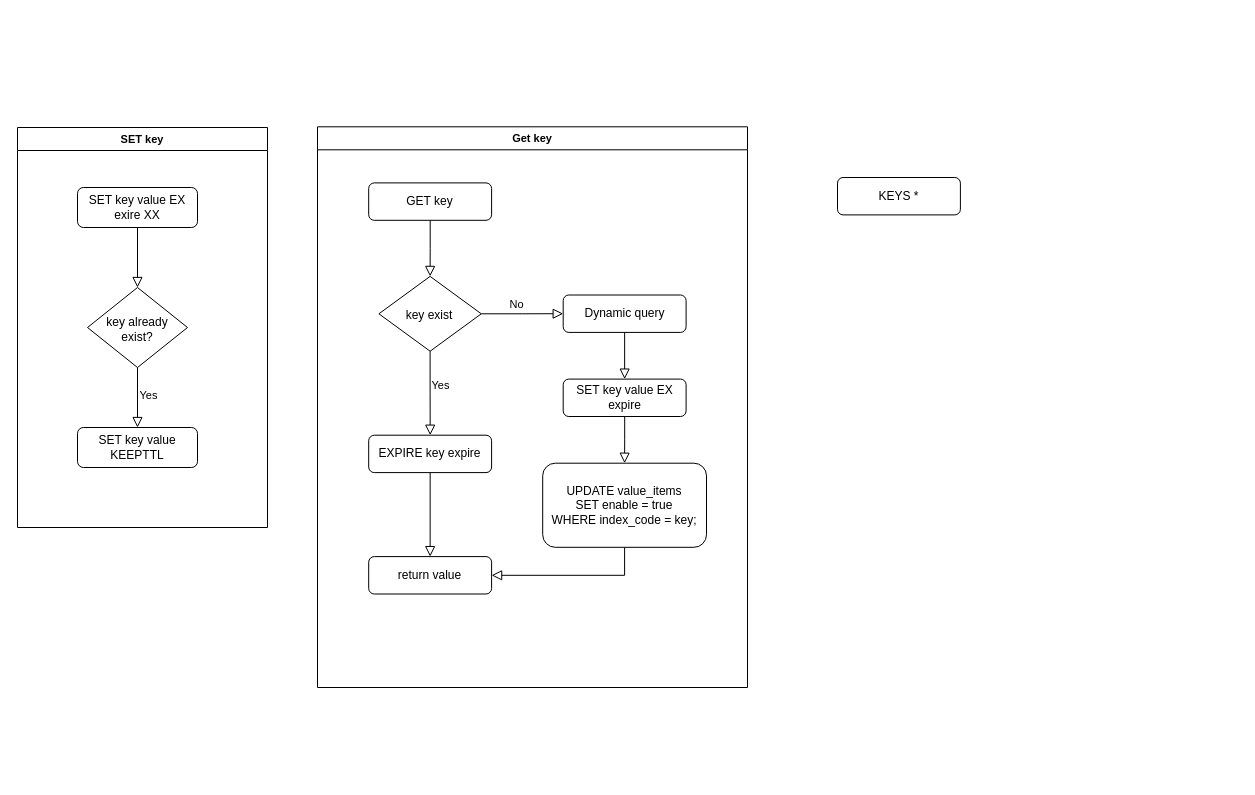
Above: Untitled Diagram.drawio in echoedinvoker/work (draw.io), before the change. Source tidied: cells renumbered, new cells numbered last; positions are measured from the earlier drawing's top-left corner, leaving out a move shared by most shapes. Both pictures are drawn from the tidied source at 100%, with x=0, y=0 at pixel (17, 117).
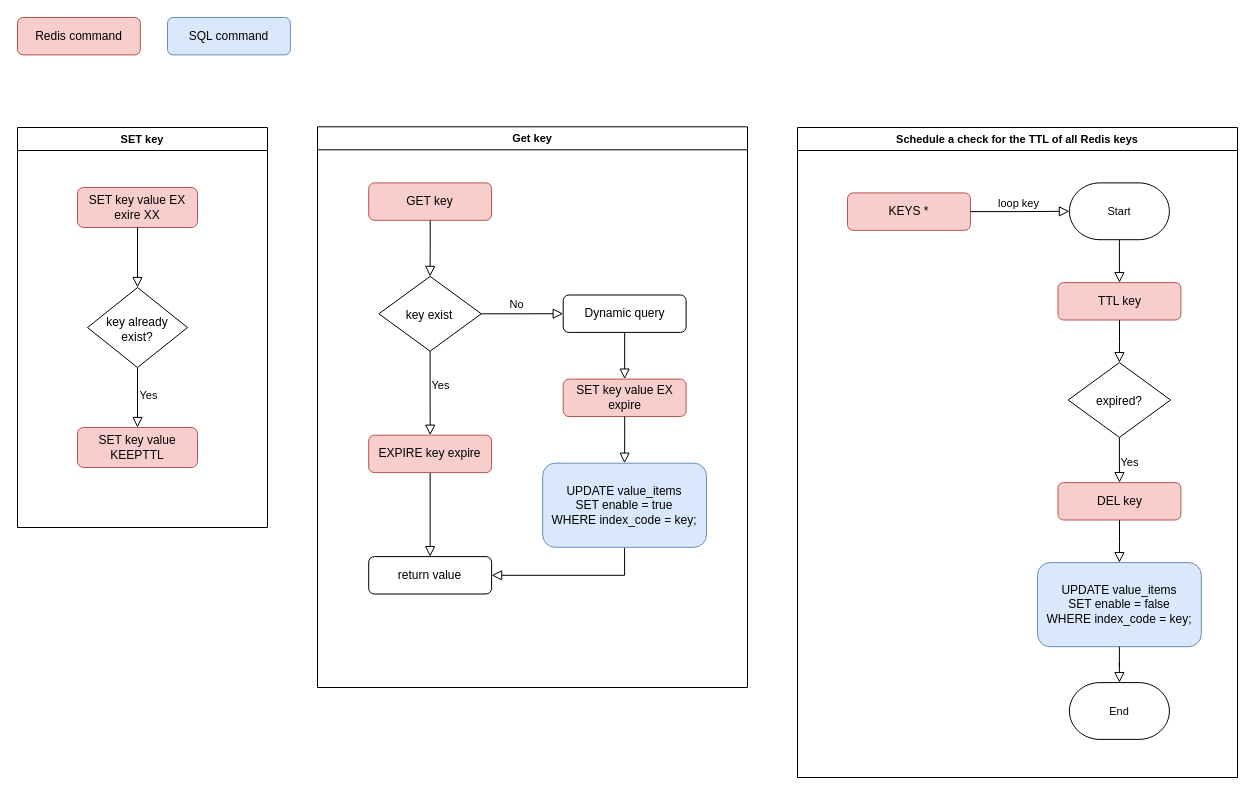
The same diagram, later.

Unchanged cells that the change refers to:
```xml
<mxCell id="2" value="SET key" style="swimlane;whiteSpace=wrap;html=1;fontFamily=Helvetica;fontSize=11;fontColor=default;" parent="1" vertex="1">
  <mxGeometry y="10" width="250" height="400" as="geometry" />
</mxCell>
<mxCell id="9" style="group;" parent="1" vertex="1">
  <mxGeometry x="300" width="430" height="570" as="geometry" />
</mxCell>
<mxCell id="19" value="Get key" style="swimlane;whiteSpace=wrap;html=1;fontFamily=Helvetica;fontSize=11;fontColor=default;" parent="9" vertex="1">
  <mxGeometry y="9.3" width="430" height="560.7" as="geometry" />
</mxCell>
```

What changed in the source:
```diff
@@
-    <mxCell id="3" value="SET key value EX exire XX" style="rounded=1;whiteSpace=wrap;html=1;fontSize=12;glass=0;strokeWidth=1;shadow=0;" parent="2" vertex="1">
+    <mxCell id="3" value="SET key value EX exire XX" style="rounded=1;whiteSpace=wrap;html=1;fontSize=12;glass=0;strokeWidth=1;shadow=0;fillColor=#f8cecc;strokeColor=#b85450;" parent="2" vertex="1">
       <mxGeometry x="60" y="60" width="120" height="40" as="geometry" />
     </mxCell>
@@
-    <mxCell id="6" value="SET key value KEEPTTL" style="rounded=1;whiteSpace=wrap;html=1;fontSize=12;glass=0;strokeWidth=1;shadow=0;" parent="2" vertex="1">
+    <mxCell id="6" value="SET key value KEEPTTL" style="rounded=1;whiteSpace=wrap;html=1;fontSize=12;glass=0;strokeWidth=1;shadow=0;fillColor=#f8cecc;strokeColor=#b85450;" parent="2" vertex="1">
       <mxGeometry x="60" y="300" width="120" height="40" as="geometry" />
     </mxCell>
@@
-    <mxCell id="10" value="GET key" style="rounded=1;whiteSpace=wrap;html=1;fontSize=12;glass=0;strokeWidth=1;shadow=0;" parent="9" vertex="1">
+    <mxCell id="10" value="GET key" style="rounded=1;whiteSpace=wrap;html=1;fontSize=12;glass=0;strokeWidth=1;shadow=0;fillColor=#f8cecc;strokeColor=#b85450;" parent="9" vertex="1">
       <mxGeometry x="51.2" y="65.4" width="122.9" height="37.4" as="geometry" />
     </mxCell>
@@
-    <mxCell id="21" value="&lt;div&gt;UPDATE value_items&lt;/div&gt;&lt;div&gt;SET enable = true&lt;/div&gt;&lt;div&gt;WHERE index_code = key;&lt;/div&gt;" style="rounded=1;whiteSpace=wrap;html=1;fontSize=12;glass=0;strokeWidth=1;shadow=0;" parent="19" vertex="1">
+    <mxCell id="21" value="&lt;div&gt;UPDATE value_items&lt;/div&gt;&lt;div&gt;SET enable = true&lt;/div&gt;&lt;div&gt;WHERE index_code = key;&lt;/div&gt;" style="rounded=1;whiteSpace=wrap;html=1;fontSize=12;glass=0;strokeWidth=1;shadow=0;fillColor=#dae8fc;strokeColor=#6c8ebf;" parent="19" vertex="1">
       <mxGeometry x="225.2" y="336.4" width="163.8" height="84.1" as="geometry" />
     </mxCell>
@@
-    <mxCell id="24" value="EXPIRE key expire" style="rounded=1;whiteSpace=wrap;html=1;fontSize=12;glass=0;strokeWidth=1;shadow=0;" parent="19" vertex="1">
+    <mxCell id="24" value="EXPIRE key expire" style="rounded=1;whiteSpace=wrap;html=1;fontSize=12;glass=0;strokeWidth=1;shadow=0;fillColor=#f8cecc;strokeColor=#b85450;" parent="19" vertex="1">
       <mxGeometry x="51.2" y="308.4" width="122.9" height="37.4" as="geometry" />
     </mxCell>
-    <mxCell id="25" value="SET key value EX expire" style="rounded=1;whiteSpace=wrap;html=1;fontSize=12;glass=0;strokeWidth=1;shadow=0;" parent="19" vertex="1">
+    <mxCell id="25" value="SET key value EX expire" style="rounded=1;whiteSpace=wrap;html=1;fontSize=12;glass=0;strokeWidth=1;shadow=0;fillColor=#f8cecc;strokeColor=#b85450;" parent="19" vertex="1">
       <mxGeometry x="245.7" y="252.3" width="122.9" height="37.4" as="geometry" />
     </mxCell>
@@
+    <mxCell id="28" value="Schedule a check for the TTL of all Redis keys" style="swimlane;fontFamily=Helvetica;fontSize=11;fontColor=default;direction=east;" parent="1" vertex="1">
+      <mxGeometry x="780" y="10" width="440" height="650" as="geometry" />
+    </mxCell>
-    <mxCell id="27" value="KEYS *" style="rounded=1;whiteSpace=wrap;html=1;fontSize=12;glass=0;strokeWidth=1;shadow=0;" parent="1" vertex="1">
-      <mxGeometry x="820" y="60" width="122.9" height="37.4" as="geometry" />
+    <mxCell id="27" value="KEYS *" style="rounded=1;whiteSpace=wrap;html=1;fontSize=12;glass=0;strokeWidth=1;shadow=0;fillColor=#f8cecc;strokeColor=#b85450;" parent="28" vertex="1">
+      <mxGeometry x="50" y="65.4" width="122.9" height="37.4" as="geometry" />
     </mxCell>
+    <mxCell id="29" value="Start" style="strokeWidth=1;shape=mxgraph.flowchart.terminator;fontFamily=Helvetica;fontSize=11;fontColor=default;whiteSpace=wrap;html=1;" parent="28" vertex="1">
+      <mxGeometry x="271.9" y="55.4" width="100" height="56.8" as="geometry" />
+    </mxCell>
+    <mxCell id="30" style="edgeStyle=orthogonalEdgeStyle;shape=connector;rounded=0;jettySize=auto;html=1;shadow=0;labelBackgroundColor=none;strokeColor=default;strokeWidth=1;align=center;verticalAlign=middle;fontFamily=Helvetica;fontSize=11;fontColor=default;endArrow=block;endFill=0;endSize=8;" parent="28" edge="1" source="27" target="29">
+      <mxGeometry relative="1" as="geometry" />
+    </mxCell>
+    <mxCell id="31" value="loop key" style="edgeLabel;html=1;align=center;verticalAlign=middle;fontSize=11;fontFamily=Helvetica;fontColor=default;" parent="30" vertex="1">
+      <mxGeometry x="0.04" relative="1" as="geometry">
+        <mxPoint x="-4" y="-8" as="offset" />
+      </mxGeometry>
+    </mxCell>
+    <mxCell id="32" value="TTL key" style="rounded=1;whiteSpace=wrap;html=1;fontSize=12;glass=0;strokeWidth=1;shadow=0;fillColor=#f8cecc;strokeColor=#b85450;" parent="28" vertex="1">
+      <mxGeometry x="260.5" y="155.1" width="122.9" height="37.4" as="geometry" />
+    </mxCell>
+    <mxCell id="33" style="edgeStyle=orthogonalEdgeStyle;shape=connector;rounded=0;jettySize=auto;html=1;shadow=0;labelBackgroundColor=none;strokeColor=default;strokeWidth=1;align=center;verticalAlign=middle;fontFamily=Helvetica;fontSize=11;fontColor=default;endArrow=block;endFill=0;endSize=8;" parent="28" edge="1" source="29" target="32">
+      <mxGeometry relative="1" as="geometry" />
+    </mxCell>
+    <mxCell id="34" value="expired?" style="rhombus;whiteSpace=wrap;html=1;shadow=0;fontFamily=Helvetica;fontSize=12;align=center;strokeWidth=1;spacing=6;spacingTop=3;" parent="28" vertex="1">
+      <mxGeometry x="270.7" y="235.1" width="102.4" height="74.8" as="geometry" />
+    </mxCell>
+    <mxCell id="35" style="edgeStyle=orthogonalEdgeStyle;shape=connector;rounded=0;jettySize=auto;html=1;shadow=0;labelBackgroundColor=none;strokeColor=default;strokeWidth=1;align=center;verticalAlign=middle;fontFamily=Helvetica;fontSize=11;fontColor=default;endArrow=block;endFill=0;endSize=8;" parent="28" edge="1" source="32" target="34">
+      <mxGeometry relative="1" as="geometry" />
+    </mxCell>
+    <mxCell id="36" value="DEL key" style="rounded=1;whiteSpace=wrap;html=1;fontSize=12;glass=0;strokeWidth=1;shadow=0;fillColor=#f8cecc;strokeColor=#b85450;" parent="28" vertex="1">
+      <mxGeometry x="260.5" y="355.1" width="122.9" height="37.4" as="geometry" />
+    </mxCell>
+    <mxCell id="37" style="edgeStyle=orthogonalEdgeStyle;shape=connector;rounded=0;jettySize=auto;html=1;shadow=0;labelBackgroundColor=none;strokeColor=default;strokeWidth=1;align=center;verticalAlign=middle;fontFamily=Helvetica;fontSize=11;fontColor=default;endArrow=block;endFill=0;endSize=8;" parent="28" edge="1" source="34" target="36">
+      <mxGeometry relative="1" as="geometry" />
+    </mxCell>
+    <mxCell id="38" value="Yes" style="edgeLabel;html=1;align=center;verticalAlign=middle;fontSize=11;fontFamily=Helvetica;fontColor=default;" parent="37" vertex="1">
+      <mxGeometry x="-0.06" y="-2" relative="1" as="geometry">
+        <mxPoint x="12" y="4" as="offset" />
+      </mxGeometry>
+    </mxCell>
+    <mxCell id="39" value="&lt;div&gt;UPDATE value_items&lt;/div&gt;&lt;div&gt;SET enable = false&lt;/div&gt;&lt;div&gt;WHERE index_code = key;&lt;/div&gt;" style="rounded=1;whiteSpace=wrap;html=1;fontSize=12;glass=0;strokeWidth=1;shadow=0;fillColor=#dae8fc;strokeColor=#6c8ebf;" parent="28" vertex="1">
+      <mxGeometry x="240" y="435.1" width="163.8" height="84.1" as="geometry" />
+    </mxCell>
+    <mxCell id="40" style="edgeStyle=orthogonalEdgeStyle;shape=connector;rounded=0;jettySize=auto;html=1;shadow=0;labelBackgroundColor=none;strokeColor=default;strokeWidth=1;align=center;verticalAlign=middle;fontFamily=Helvetica;fontSize=11;fontColor=default;endArrow=block;endFill=0;endSize=8;" parent="28" edge="1" source="36" target="39">
+      <mxGeometry relative="1" as="geometry" />
+    </mxCell>
+    <mxCell id="41" value="End" style="strokeWidth=1;shape=mxgraph.flowchart.terminator;fontFamily=Helvetica;fontSize=11;fontColor=default;whiteSpace=wrap;html=1;" parent="28" vertex="1">
+      <mxGeometry x="271.9" y="555.1" width="100" height="56.8" as="geometry" />
+    </mxCell>
+    <mxCell id="42" style="edgeStyle=orthogonalEdgeStyle;shape=connector;rounded=0;jettySize=auto;html=1;shadow=0;labelBackgroundColor=none;strokeColor=default;strokeWidth=1;align=center;verticalAlign=middle;fontFamily=Helvetica;fontSize=11;fontColor=default;endArrow=block;endFill=0;endSize=8;" parent="28" edge="1" source="39" target="41">
+      <mxGeometry relative="1" as="geometry" />
+    </mxCell>
+    <mxCell id="43" value="Redis command" style="rounded=1;whiteSpace=wrap;html=1;fontSize=12;glass=0;strokeWidth=1;shadow=0;fillColor=#f8cecc;strokeColor=#b85450;" parent="1" vertex="1">
+      <mxGeometry y="-100" width="122.9" height="37.4" as="geometry" />
+    </mxCell>
+    <mxCell id="44" value="SQL command" style="rounded=1;whiteSpace=wrap;html=1;fontSize=12;glass=0;strokeWidth=1;shadow=0;fillColor=#dae8fc;strokeColor=#6c8ebf;" parent="1" vertex="1">
+      <mxGeometry x="150" y="-100" width="122.9" height="37.4" as="geometry" />
+    </mxCell>
```
